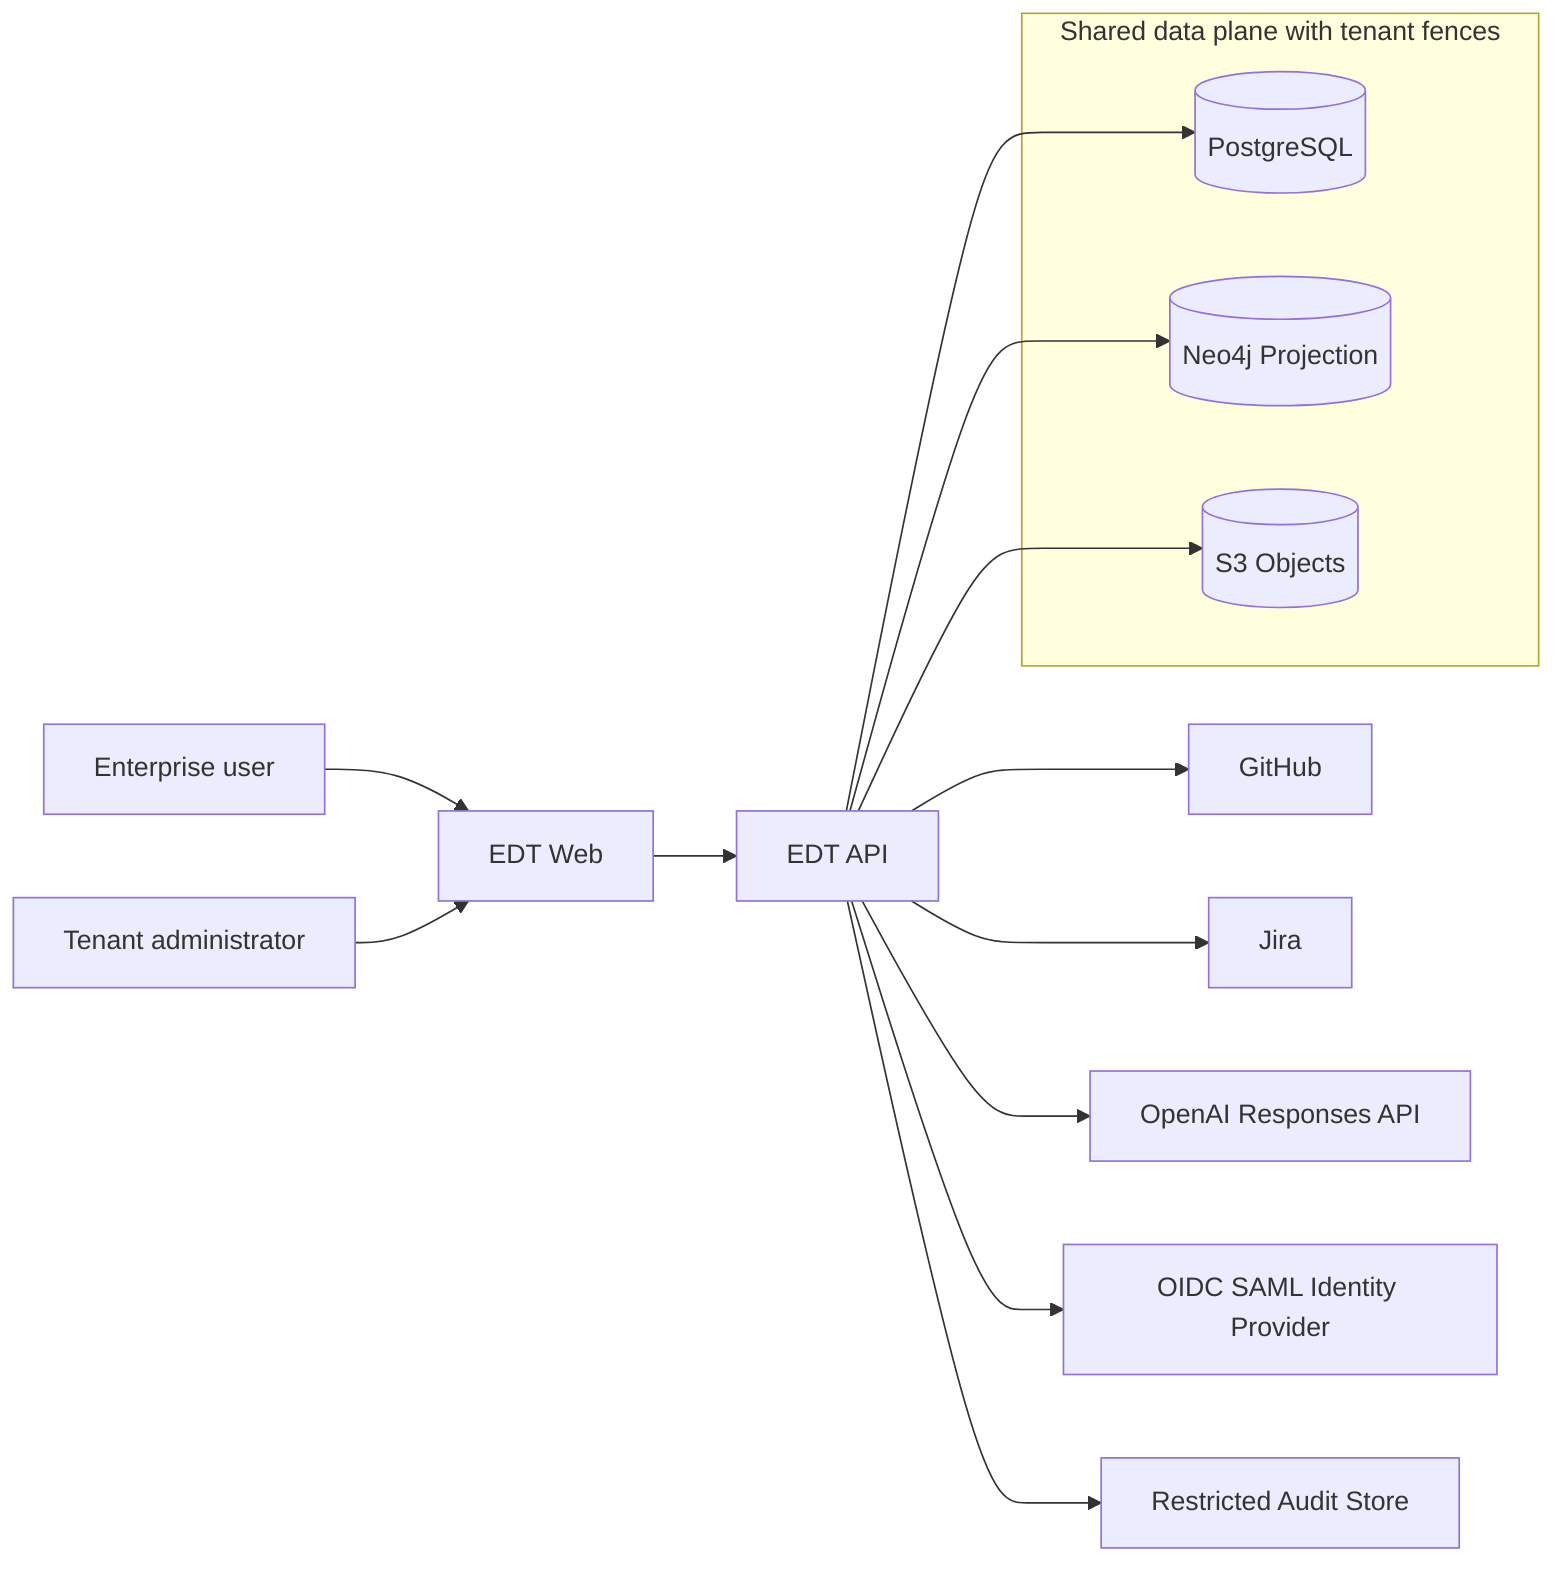
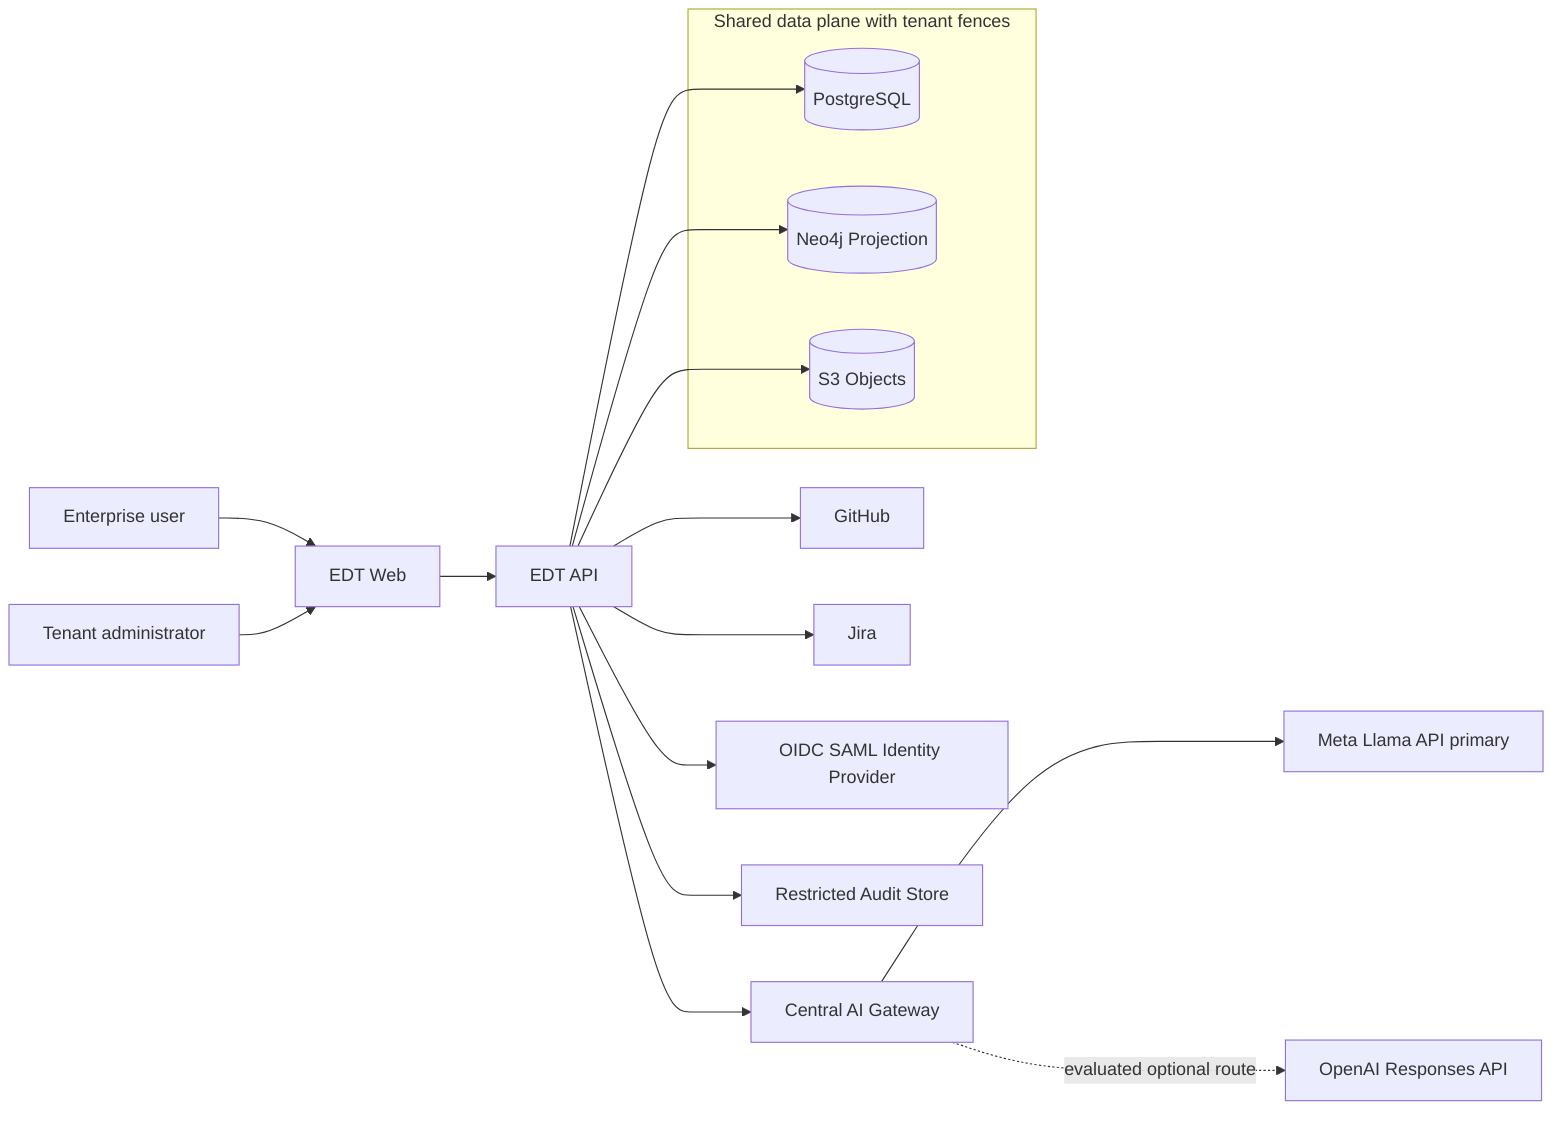
flowchart LR
  User[Enterprise user] --> Web[EDT Web]
  Admin[Tenant administrator] --> Web
  Web --> API[EDT API]
  API --> GitHub[GitHub]
  API --> Jira[Jira]
-   API --> OpenAI[OpenAI Responses API]
+   API --> AIGateway[Central AI Gateway]
+   AIGateway --> Llama[Meta Llama API primary]
+   AIGateway -. evaluated optional route .-> OpenAI[OpenAI Responses API]
  API --> Identity[OIDC SAML Identity Provider]
  API --> Audit[Restricted Audit Store]
  subgraph TenantData[Shared data plane with tenant fences]
    PG[(PostgreSQL)]
    Graph[(Neo4j Projection)]
    Objects[(S3 Objects)]
  end
  API --> PG
  API --> Graph
  API --> Objects
- 
